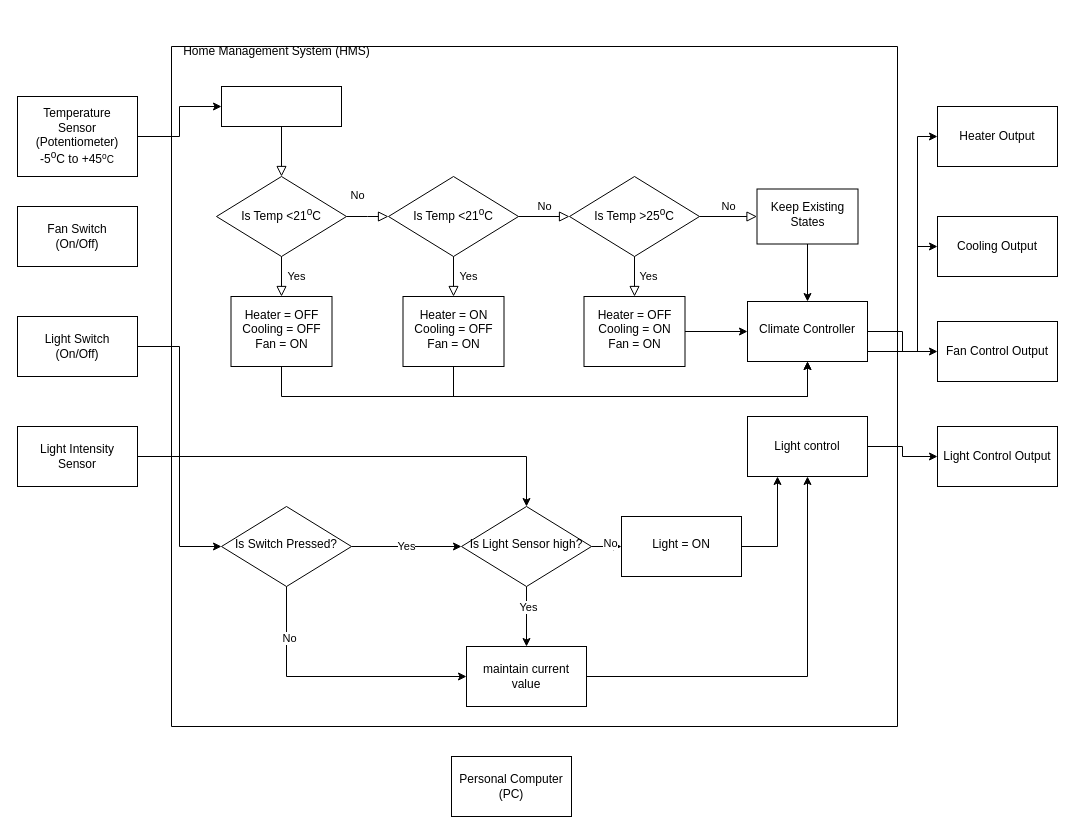
The draw.io diagram Diagrams/FinalProject.drawio in S3942721/s3942721_EEET2096_FinalProject, before the edit. Source tidied: cells renumbered, new cells numbered last; positions are measured from the earlier drawing's top-left corner, leaving out a move shared by most shapes. Both pictures are drawn from the tidied source at 100%, with x=0, y=0 at pixel (17, 36).
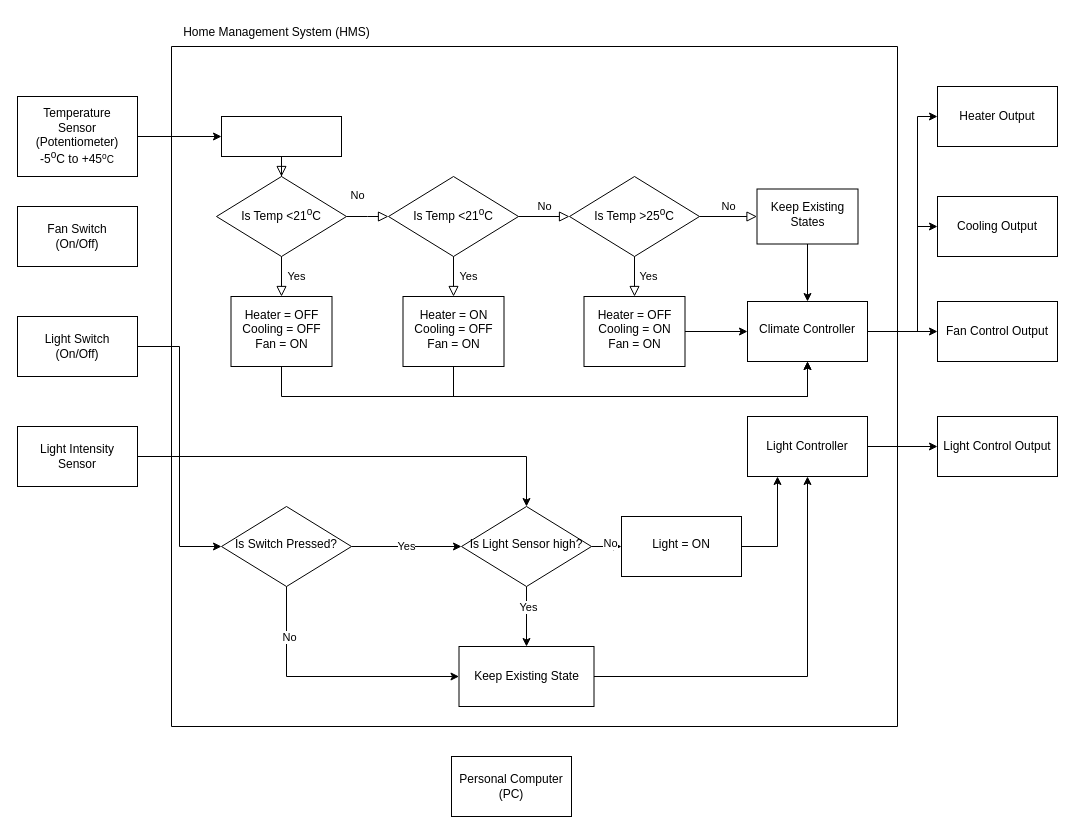
The same diagram, later.

The change refers to these unchanged cells:
```xml
<mxCell id="2" style="swimlane;startSize=0;" parent="1" vertex="1">
  <mxGeometry x="154" y="10" width="726" height="680" as="geometry" />
</mxCell>
<mxCell id="22" value="Climate Controller" style="whiteSpace=wrap;html=1;shadow=0;strokeWidth=1;spacing=6;spacingTop=-4;" parent="2" vertex="1">
  <mxGeometry x="576" y="255" width="120" height="60" as="geometry" />
</mxCell>
```

The edit, as a diff of the source:
```diff
@@
     <mxCell id="3" style="rounded=0;whiteSpace=wrap;html=1;fontSize=12;glass=0;strokeWidth=1;shadow=0;" parent="2" vertex="1">
-      <mxGeometry x="50" y="40" width="120" height="40" as="geometry" />
+      <mxGeometry x="50" y="70" width="120" height="40" as="geometry" />
     </mxCell>
@@
-    <mxCell id="31" value="Light control" style="rounded=0;whiteSpace=wrap;html=1;" parent="2" vertex="1">
+    <mxCell id="31" value="Light Controller" style="rounded=0;whiteSpace=wrap;html=1;" parent="2" vertex="1">
       <mxGeometry x="576" y="370" width="120" height="60" as="geometry" />
     </mxCell>
@@
-    <mxCell id="35" value="maintain current value" style="rounded=0;whiteSpace=wrap;html=1;" parent="2" vertex="1">
-      <mxGeometry x="295" y="600" width="120" height="60" as="geometry" />
+    <mxCell id="35" value="Keep Existing State" style="rounded=0;whiteSpace=wrap;html=1;" parent="2" vertex="1">
+      <mxGeometry x="287.5" y="600" width="135" height="60" as="geometry" />
     </mxCell>
@@
     <mxCell id="45" value="Heater Output" style="rounded=0;whiteSpace=wrap;html=1;" parent="1" vertex="1">
-      <mxGeometry x="920" y="70" width="120" height="60" as="geometry" />
+      <mxGeometry x="920" y="50" width="120" height="60" as="geometry" />
     </mxCell>
     <mxCell id="46" value="Cooling Output" style="rounded=0;whiteSpace=wrap;html=1;" parent="1" vertex="1">
-      <mxGeometry x="920" y="180" width="120" height="60" as="geometry" />
+      <mxGeometry x="920" y="160" width="120" height="60" as="geometry" />
     </mxCell>
     <mxCell id="47" value="Fan Control Output" style="rounded=0;whiteSpace=wrap;html=1;" parent="1" vertex="1">
-      <mxGeometry x="920" y="285" width="120" height="60" as="geometry" />
+      <mxGeometry x="920" y="265" width="120" height="60" as="geometry" />
     </mxCell>
     <mxCell id="48" value="Light Control Output" style="rounded=0;whiteSpace=wrap;html=1;" parent="1" vertex="1">
-      <mxGeometry x="920" y="390" width="120" height="60" as="geometry" />
+      <mxGeometry x="920" y="380" width="120" height="60" as="geometry" />
     </mxCell>
@@
     <mxCell id="50" value="Home Management System (HMS)" style="text;html=1;align=center;verticalAlign=middle;strokeColor=none;fillColor=none;" parent="1" vertex="1">
-      <mxGeometry x="154" width="210" height="30" as="geometry" />
+      <mxGeometry x="154" y="-19" width="210" height="30" as="geometry" />
     </mxCell>
@@
     <mxCell id="52" style="edgeStyle=orthogonalEdgeStyle;rounded=0;jettySize=auto;html=1;entryX=0;entryY=0.5;entryDx=0;entryDy=0;" parent="1" edge="1" source="22" target="46">
       <mxGeometry relative="1" as="geometry">
         <Array as="points">
-          <mxPoint x="900" y="315" />
-          <mxPoint x="900" y="210" />
+          <mxPoint x="900" y="295" />
+          <mxPoint x="900" y="190" />
         </Array>
       </mxGeometry>
     </mxCell>
-    <mxCell id="53" style="edgeStyle=orthogonalEdgeStyle;rounded=0;jettySize=auto;html=1;entryX=0;entryY=0.5;entryDx=0;entryDy=0;" parent="1" edge="1" source="22" target="45">
+    <mxCell id="53" style="edgeStyle=orthogonalEdgeStyle;rounded=0;jettySize=auto;html=1;entryX=0;entryY=0.5;entryDx=0;entryDy=0;exitX=1;exitY=0.5;exitDx=0;exitDy=0;" parent="1" edge="1" source="22" target="45">
       <mxGeometry relative="1" as="geometry">
         <Array as="points">
-          <mxPoint x="900" y="315" />
-          <mxPoint x="900" y="100" />
+          <mxPoint x="900" y="295" />
+          <mxPoint x="900" y="80" />
         </Array>
       </mxGeometry>
     </mxCell>
```
